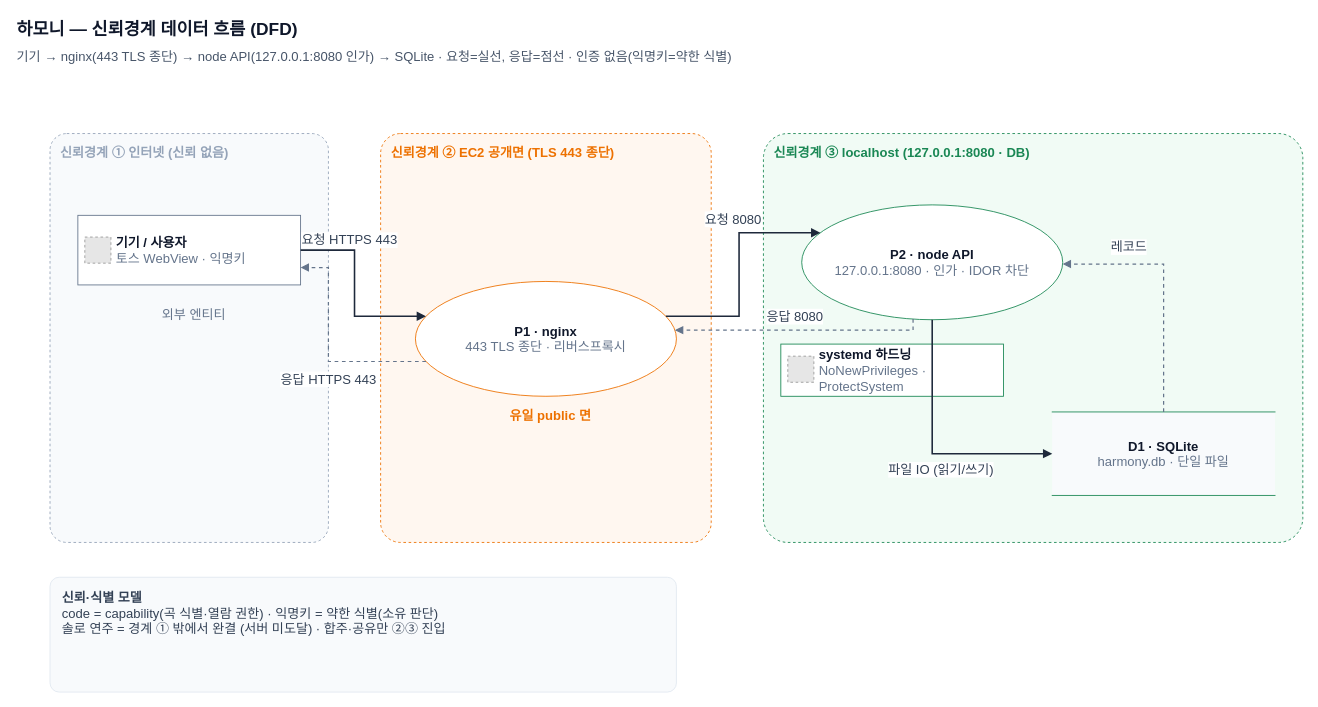
Before: 산출물/04_시스템설계/하모니_신뢰경계_DFD.drawio in Appintos-Harmony/appintoss-meetup, a draw.io diagram. Source tidied: cells renumbered, new cells numbered last; positions are measured from the earlier drawing's top-left corner, leaving out a move shared by most shapes. Both pictures are drawn from the tidied source at 87%, with x=0, y=0 at pixel (15, 15). Pictures stored in the file or linked from it are replaced by grey dashed boxes.
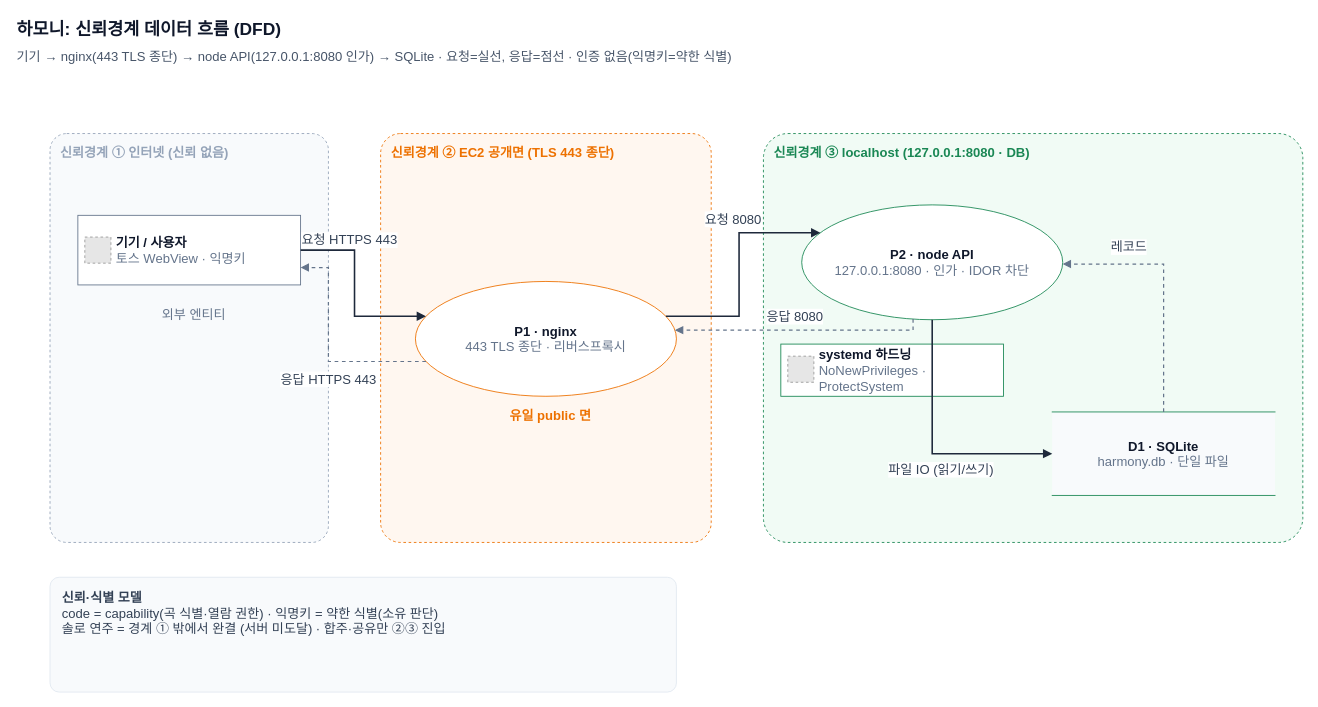
After the change.

Change to the diagram source:
```diff
@@
-    <mxCell id="2" value="&lt;b style=&quot;font-size:20px&quot;&gt;하모니 — 신뢰경계 데이터 흐름 (DFD)&lt;/b&gt;" style="text;html=1;align=left;verticalAlign=middle;fontColor=#0F172A;" parent="1" vertex="1">
+    <mxCell id="2" value="&lt;b style=&quot;font-size:20px&quot;&gt;하모니: 신뢰경계 데이터 흐름 (DFD)&lt;/b&gt;" style="text;html=1;align=left;verticalAlign=middle;fontColor=#0F172A;" parent="1" vertex="1">
       <mxGeometry width="1000" height="30" as="geometry" />
     </mxCell>
```
